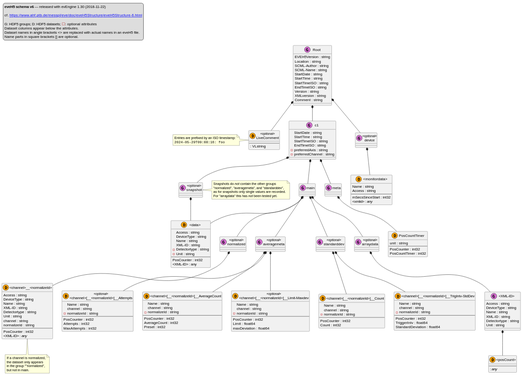
Before: docs/uml/eveh5-v6.svg, a diagram exported from PlantUML (tillbiskup/evedata). Source of this version:
```plantuml
@startuml

legend top left
    **eveH5 schema v6** <U+2014> released with evEngine 1.30 (2018-11-22)

    cf. [[https://www.ahf.ptb.de/messpl/eve/doc/eveH5Structure/eveH5Structure-6.html]]

    G: HDF5 groups; D: HDF5 datasets; <color:#firebrick><U+2610></color>: optional attributes
    Dataset columns appear below the attributes.
    Dataset names in angle brackets <> are replaced with actual names in an eveH5 file.
    Name parts in square brackets [] are optional.
endlegend

class Root << (G,orchid) >> {
    EVEH5Version : string
    Location : string
    SCML-Author : string
    SCML-Name : string
    StartDate : string
    StartTime : string
    StartTimeISO : string
    EndTimeISO : string
    Version : string
    XMLversion : string
    Comment : string
}

Root *-- LiveComment
Root *-- c1
Root *-- device

class LiveComment << (D,orange) >> <<optional>> {
    --
    : VLstring
}
note left of LiveComment
    Entries are prefixed by an ISO timestamp:
    ""2024-05-29T09:08:16: foo""
endnote

class c1 << (G,orchid) >> {
    StartDate : string
    StartTime : string
    StartTimeISO : string
    EndTimeISO : string
    - preferredAxis : string
    - preferredChannel : string
}

c1 *-- main
c1 *-- snapshot
c1 *-- meta

class device << (G,orchid) >> <<optional>> {
}

device *-- "<monitordata>"

class main << (G,orchid) >> {}

main *-- "<data>"
main *-- normalized
main *-- averagemeta
main *-- standarddev
main *-- arraydata

class snapshot << (G,orchid) >> <<optional>> {}

snapshot *-- "<data>"

note right of snapshot
    Snapshots do //not// contain the other groups
    "normalized", "averagemeta", and "standarddev",
    as for snapshots only single values are recorded.
    For "arraydata" this has //not// been tested yet.
endnote

class meta << (G,orchid) >> {}

meta *-- PosCountTimer

class "<data>" << (D,orange) >> {
    Access : string
    DeviceType : string
    Name : string
    XML-ID : string
    - Detectortype : string
    - Unit : string
    --
    PosCounter : int32
    <XML-ID> : any
}

class normalized << (G,orchid) >> <<optional>> {}

normalized *-- "<channel>__<normalizeId>"

class "<channel>__<normalizeId>" << (D,orange) >> {
    Access : string
    DeviceType : string
    Name : string
    XML-ID : string
    Detectortype : string
    Unit : string
    channel : string
    normalizeId : string
    --
    PosCounter : int32
    <XML-ID> : <i>any</i>
}

note bottom of "<channel>__<normalizeId>"
    If a channel is normalized,
    the dataset only appears
    in the group ""normalized",
    but not in main.
end note

class averagemeta << (G,orchid) >> <<optional>> {}

averagemeta *-- "<channel>[__<normalizeId>]__Attempts"
averagemeta *-- "<channel>[__<normalizeId>]__AverageCount"
averagemeta *-- "<channel>[__<normalizeId>]__Limit-Maxdev"

class "<channel>[__<normalizeId>]__Attempts" << (D,orange) >> <<optional>> {
    Name : string
    channel : string
    - normalizeId : string
    --
    PosCounter : int32
    Attempts : int32
    MaxAttempts : int32
}

class "<channel>[__<normalizeId>]__AverageCount" << (D,orange) >> {
    Name : string
    channel : string
    - normalizeId : string
    --
    PosCounter : int32
    AverageCount : int32
    Preset : int32
}

class "<channel>[__<normalizeId>]__Limit-Maxdev" << (D,orange) >> <<optional>> {
    Name : string
    channel : string
    - normalizeId : string
    --
    PosCounter : int32
    Limit : float64
    maxDeviation : float64
}

class standarddev << (G,orchid) >> <<optional>> {}

standarddev *-- "<channel>[__<normalizeId>]__Count"
standarddev *-- "<channel>[__<normalizeId>]__TrigIntv-StdDev"

class "<channel>[__<normalizeId>]__Count" << (D,orange) >> {
    Name : string
    channel : string
    - normalizeId : string
    --
    PosCounter : int32
    Count : int32
}

class "<channel>[__<normalizeId>]__TrigIntv-StdDev" << (D,orange) >> {
    Name : string
    channel : string
    - normalizeId : string
    --
    PosCounter : int32
    TriggerIntv : float64
    StandardDeviation : float64
}

class arraydata << (G,orchid) >> <<optional>> {}

arraydata *-- "<XML-ID>"

class "<XML-ID>" << (G,orchid) >> {
    Access : string
    DeviceType : string
    Name : string
    XML-ID : string
    Detectortype : string
    Unit : string
}

"<XML-ID>" *-- "<posCount>"

class "<posCount>" << (D,orange) >> {
  --
  : <i>any</i>
}

class PosCountTimer << (D,orange) >> {
    unit : string
    --
    PosCounter : int32
    PosCountTimer : int32
}

class "<monitordata>" << (D,orange) >> {
    Name : string
    Access : string
    --
    mSecsSinceStart : int32
    <xmlid> : <i>any</i>
}
@enduml
```
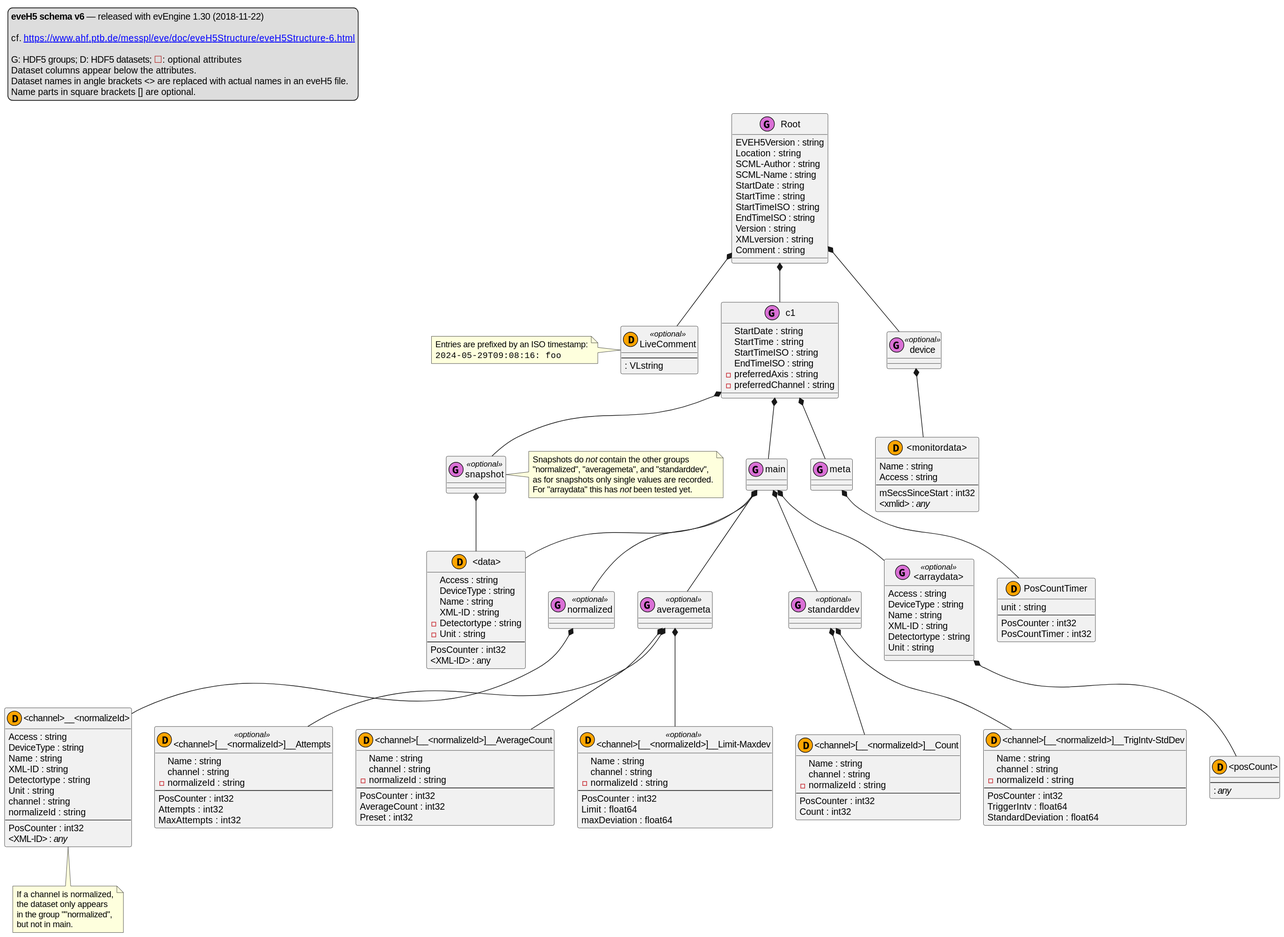
After the commit.

Commit message:
Start with new eveh5 scheme (v8)

Diff of the diagram source:
```diff
@@ -62,7 +62,7 @@
 main *-- normalized
 main *-- averagemeta
 main *-- standarddev
-main *-- arraydata
+main *-- "<arraydata>"
 
 class snapshot << (G,orchid) >> <<optional>> {}
 
@@ -176,11 +176,7 @@
     StandardDeviation : float64
 }
 
-class arraydata << (G,orchid) >> <<optional>> {}
-
-arraydata *-- "<XML-ID>"
-
-class "<XML-ID>" << (G,orchid) >> {
+class "<arraydata>" << (G,orchid) >> <<optional>> {
     Access : string
     DeviceType : string
     Name : string
@@ -189,7 +185,7 @@
     Unit : string
 }
 
-"<XML-ID>" *-- "<posCount>"
+"<arraydata>" *-- "<posCount>"
 
 class "<posCount>" << (D,orange) >> {
   --
```
